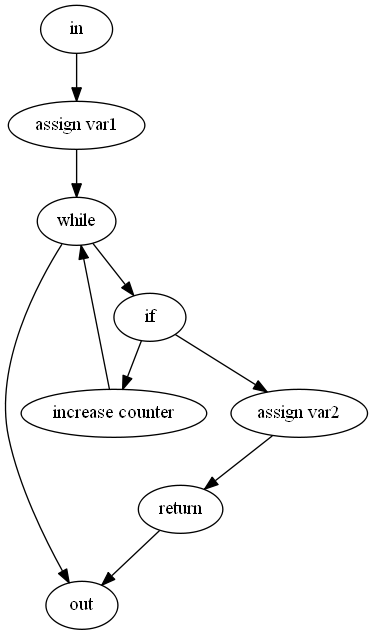
hintiflo/MA keeps this Graphviz diagram as doc/images/ctrlFlowExamp.png. Above is the earlier version. Its source is kept beside it as doc/images/ctrlFlowExamp.dot.
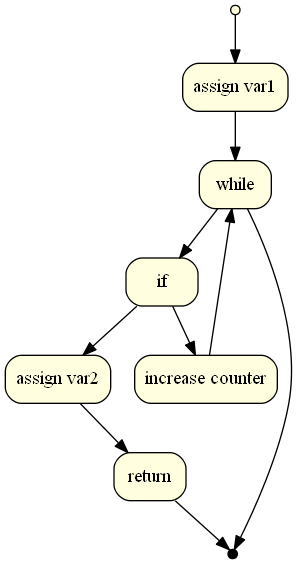
Later version of the same file.

Change to the diagram source:
```diff
@@ -1,14 +1,14 @@
 digraph ctrlFlowExamp
 {
-
-	in
+	node[shape=record, style="rounded, filled", fillcolor=lightyellow]
+	in		[shape=circle, width=0.1, label=""]
 	assign1	[label = "assign var1"]
 	while
-	out
 	increase	[label = "increase counter"]
 	if
 	assign2	[label = "assign var2"]
 	return
+	out		[shape=circle, width=0.1, label="", style=filled, fillcolor=black]
 
 
 	in -> assign1
```
